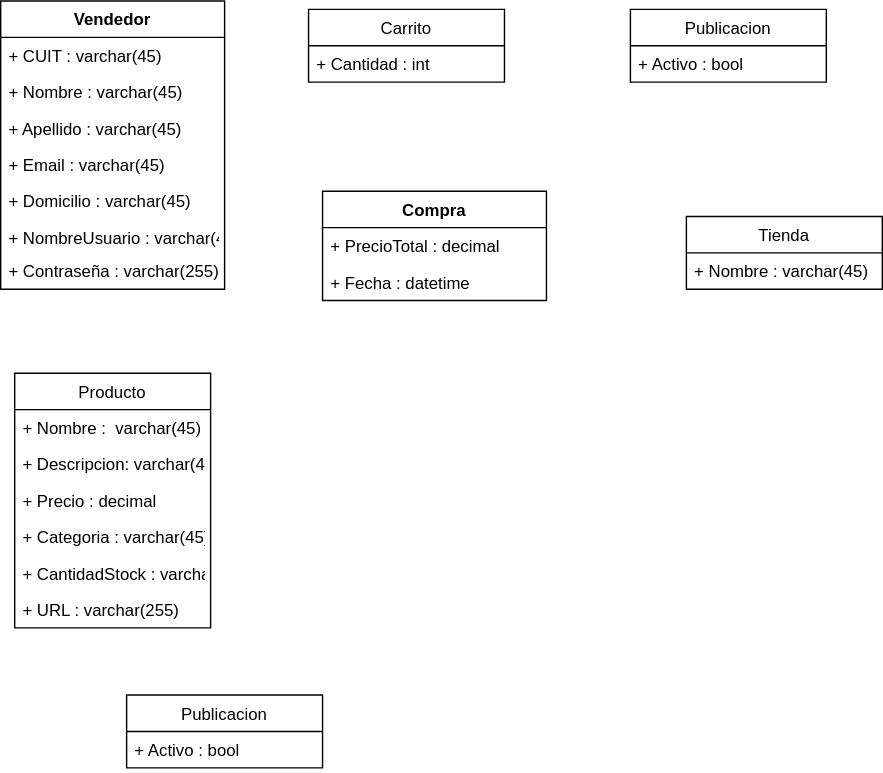
Before: BD_TiendaOnline/DER.drawio.svg, a diagram exported from draw.io (Bruneizer/Tienda-Online-Vendedorr). Source tidied: cells renumbered, new cells last; positions are measured from the earlier drawing's top-left corner, leaving out a move shared by most shapes.
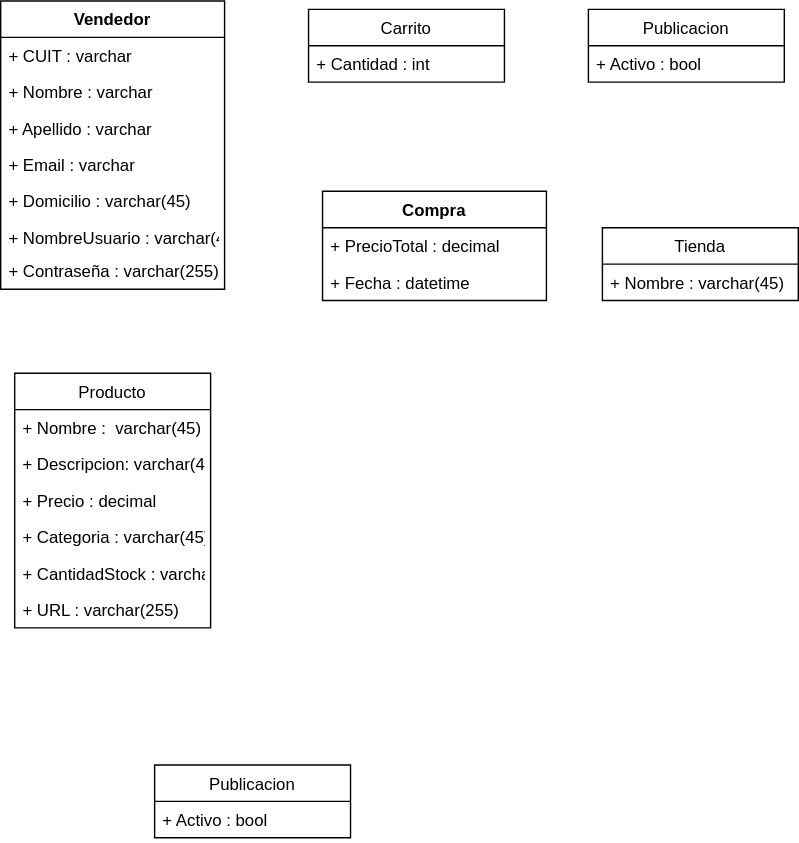
The same file after the commit.

What changed in the source:
```diff
@@ -5,16 +5,16 @@
     <mxCell id="2" value="Vendedor" style="swimlane;fontStyle=1;align=center;verticalAlign=top;horizontal=1;startSize=26;" parent="1" vertex="1">
       <mxGeometry width="160" height="206" as="geometry" />
     </mxCell>
-    <mxCell id="3" value="+ CUIT : varchar(45)" style="text;strokeColor=none;fillColor=none;align=left;verticalAlign=top;spacingLeft=4;spacingRight=4;overflow=hidden;" parent="2" vertex="1">
+    <mxCell id="3" value="+ CUIT : varchar" style="text;strokeColor=none;fillColor=none;align=left;verticalAlign=top;spacingLeft=4;spacingRight=4;overflow=hidden;" parent="2" vertex="1">
       <mxGeometry y="26" width="160" height="26" as="geometry" />
     </mxCell>
-    <mxCell id="4" value="+ Nombre : varchar(45)" style="text;strokeColor=none;fillColor=none;align=left;verticalAlign=top;spacingLeft=4;spacingRight=4;overflow=hidden;" parent="2" vertex="1">
+    <mxCell id="4" value="+ Nombre : varchar" style="text;strokeColor=none;fillColor=none;align=left;verticalAlign=top;spacingLeft=4;spacingRight=4;overflow=hidden;" parent="2" vertex="1">
       <mxGeometry y="52" width="160" height="26" as="geometry" />
     </mxCell>
-    <mxCell id="5" value="+ Apellido : varchar(45)" style="text;strokeColor=none;fillColor=none;align=left;verticalAlign=top;spacingLeft=4;spacingRight=4;overflow=hidden;" parent="2" vertex="1">
+    <mxCell id="5" value="+ Apellido : varchar" style="text;strokeColor=none;fillColor=none;align=left;verticalAlign=top;spacingLeft=4;spacingRight=4;overflow=hidden;" parent="2" vertex="1">
       <mxGeometry y="78" width="160" height="26" as="geometry" />
     </mxCell>
-    <mxCell id="6" value="+ Email : varchar(45)" style="text;strokeColor=none;fillColor=none;align=left;verticalAlign=top;spacingLeft=4;spacingRight=4;overflow=hidden;" parent="2" vertex="1">
+    <mxCell id="6" value="+ Email : varchar" style="text;strokeColor=none;fillColor=none;align=left;verticalAlign=top;spacingLeft=4;spacingRight=4;overflow=hidden;" parent="2" vertex="1">
       <mxGeometry y="104" width="160" height="26" as="geometry" />
     </mxCell>
     <mxCell id="7" value="+ Domicilio : varchar(45)" style="text;strokeColor=none;fillColor=none;align=left;verticalAlign=top;spacingLeft=4;spacingRight=4;overflow=hidden;" parent="2" vertex="1">
@@ -68,19 +68,19 @@
       <mxGeometry y="26" width="140" height="26" as="geometry" />
     </mxCell>
     <mxCell id="23" value="Publicacion" style="swimlane;fontStyle=0;horizontal=1;startSize=26;fillColor=none;" parent="1" vertex="1">
-      <mxGeometry x="90" y="496" width="140" height="52" as="geometry" />
+      <mxGeometry x="110" y="546" width="140" height="52" as="geometry" />
     </mxCell>
     <mxCell id="24" value="+ Activo : bool" style="text;strokeColor=none;fillColor=none;align=left;verticalAlign=top;spacingLeft=4;spacingRight=4;overflow=hidden;" parent="23" vertex="1">
       <mxGeometry y="26" width="140" height="26" as="geometry" />
     </mxCell>
     <mxCell id="25" value="Tienda" style="swimlane;fontStyle=0;horizontal=1;startSize=26;fillColor=none;" parent="1" vertex="1">
-      <mxGeometry x="490" y="154" width="140" height="52" as="geometry" />
+      <mxGeometry x="430" y="162" width="140" height="52" as="geometry" />
     </mxCell>
     <mxCell id="26" value="+ Nombre : varchar(45)" style="text;strokeColor=none;fillColor=none;align=left;verticalAlign=top;spacingLeft=4;spacingRight=4;overflow=hidden;" parent="25" vertex="1">
       <mxGeometry y="26" width="140" height="26" as="geometry" />
     </mxCell>
     <mxCell id="27" value="Publicacion" style="swimlane;fontStyle=0;horizontal=1;startSize=26;fillColor=none;" parent="1" vertex="1">
-      <mxGeometry x="450" y="6" width="140" height="52" as="geometry" />
+      <mxGeometry x="420" y="6" width="140" height="52" as="geometry" />
     </mxCell>
     <mxCell id="28" value="+ Activo : bool" style="text;strokeColor=none;fillColor=none;align=left;verticalAlign=top;spacingLeft=4;spacingRight=4;overflow=hidden;" parent="27" vertex="1">
       <mxGeometry y="26" width="140" height="26" as="geometry" />
```
